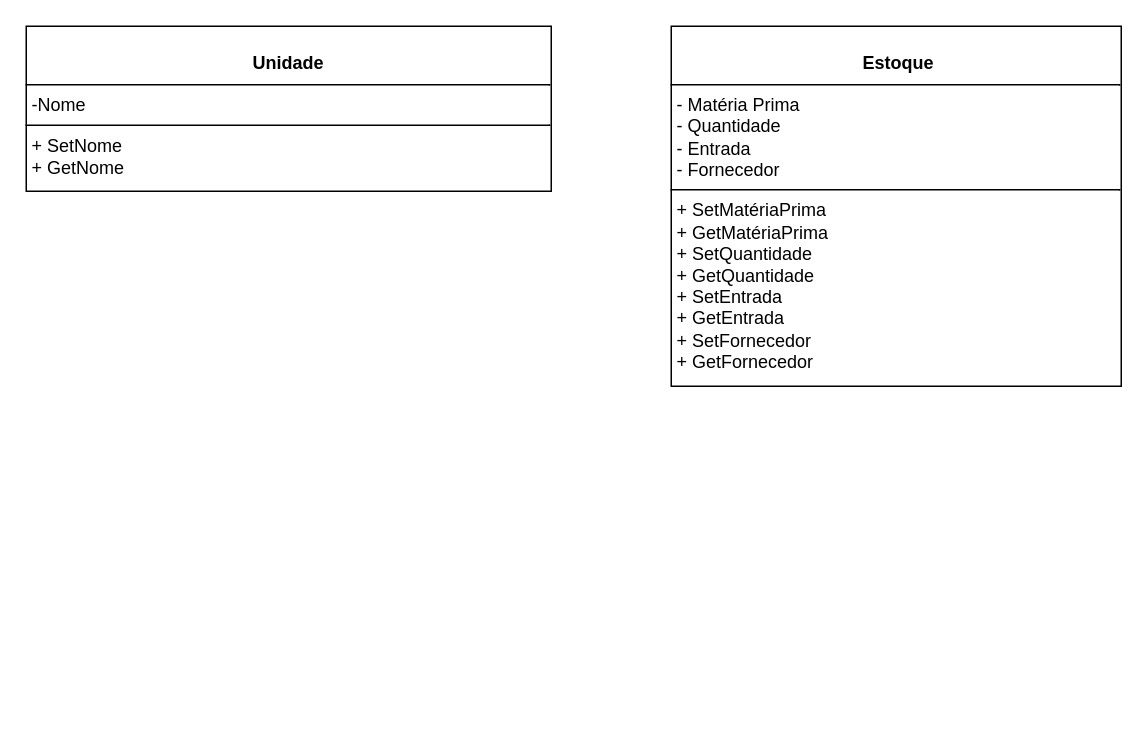
Above: page "Página-2" (2 of 3) of DOC/classes.drawio in rafaelareisilva/avatar.app (draw.io), before the change. Source tidied: cells renumbered, new cells numbered last; positions are measured from the earlier drawing's top-left corner, leaving out a move shared by most shapes. Both pictures are drawn from the tidied source at 150%, with x=0, y=0 at pixel (26, 26).
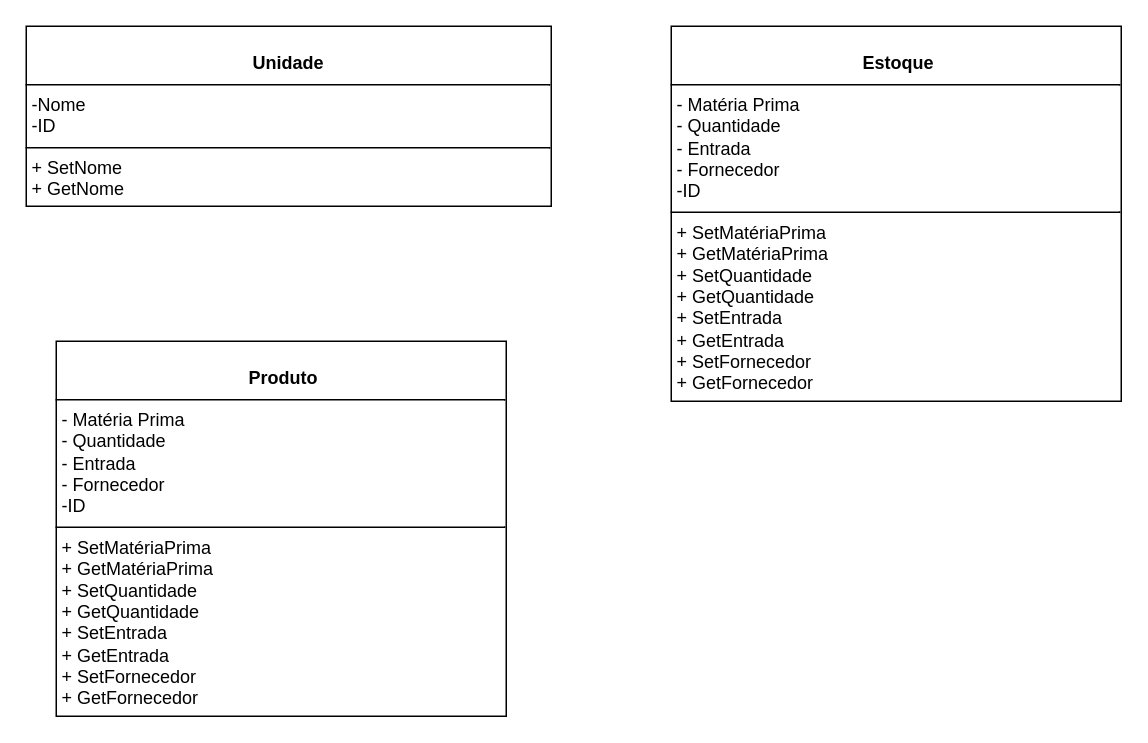
Above is the later version.

Change to the diagram source:
```diff
@@
 <mxGraphModel>
   <root>
     <mxCell id="0" />
     <mxCell id="1" parent="0" />
-    <mxCell id="2" value="&lt;p style=&quot;margin:0px;margin-top:4px;text-align:center;&quot;&gt;&lt;br&gt;&lt;b&gt;Unidade&lt;/b&gt;&lt;/p&gt;&lt;hr size=&quot;1&quot; style=&quot;border-style:solid;&quot;&gt;&lt;p style=&quot;margin:0px;margin-left:4px;&quot;&gt;-Nome&lt;/p&gt;&lt;hr size=&quot;1&quot; style=&quot;border-style:solid;&quot;&gt;&lt;p style=&quot;margin:0px;margin-left:4px;&quot;&gt;+ SetNome &lt;br&gt;+ GetNome&lt;/p&gt;&lt;p style=&quot;margin:0px;margin-left:4px;&quot;&gt;&lt;br&gt;&lt;/p&gt;&lt;p style=&quot;margin:0px;margin-left:4px;&quot;&gt;&lt;br&gt;&lt;/p&gt;&lt;p style=&quot;margin:0px;margin-left:4px;&quot;&gt;&lt;br&gt;&lt;/p&gt;&lt;p style=&quot;margin:0px;margin-left:4px;&quot;&gt;&lt;br&gt;&lt;/p&gt;&lt;p style=&quot;margin:0px;margin-left:4px;&quot;&gt;&lt;br&gt;&lt;/p&gt;&lt;p style=&quot;margin:0px;margin-left:4px;&quot;&gt;&lt;br&gt;&lt;/p&gt;&lt;p style=&quot;margin:0px;margin-left:4px;&quot;&gt;&lt;br&gt;&lt;/p&gt;" style="verticalAlign=top;align=left;overflow=fill;html=1;whiteSpace=wrap;" parent="1" vertex="1">
-      <mxGeometry width="350" height="110" as="geometry" />
+    <mxCell id="2" value="&lt;p style=&quot;margin:0px;margin-top:4px;text-align:center;&quot;&gt;&lt;br&gt;&lt;b&gt;Unidade&lt;/b&gt;&lt;/p&gt;&lt;hr size=&quot;1&quot; style=&quot;border-style:solid;&quot;&gt;&lt;p style=&quot;margin:0px;margin-left:4px;&quot;&gt;-Nome&lt;/p&gt;&lt;p style=&quot;margin:0px;margin-left:4px;&quot;&gt;-ID&lt;/p&gt;&lt;hr size=&quot;1&quot; style=&quot;border-style:solid;&quot;&gt;&lt;p style=&quot;margin:0px;margin-left:4px;&quot;&gt;+ SetNome &lt;br&gt;+ GetNome&lt;/p&gt;&lt;p style=&quot;margin:0px;margin-left:4px;&quot;&gt;&lt;br&gt;&lt;/p&gt;&lt;p style=&quot;margin:0px;margin-left:4px;&quot;&gt;&lt;br&gt;&lt;/p&gt;&lt;p style=&quot;margin:0px;margin-left:4px;&quot;&gt;&lt;br&gt;&lt;/p&gt;&lt;p style=&quot;margin:0px;margin-left:4px;&quot;&gt;&lt;br&gt;&lt;/p&gt;&lt;p style=&quot;margin:0px;margin-left:4px;&quot;&gt;&lt;br&gt;&lt;/p&gt;&lt;p style=&quot;margin:0px;margin-left:4px;&quot;&gt;&lt;br&gt;&lt;/p&gt;&lt;p style=&quot;margin:0px;margin-left:4px;&quot;&gt;&lt;br&gt;&lt;/p&gt;" style="verticalAlign=top;align=left;overflow=fill;html=1;whiteSpace=wrap;" parent="1" vertex="1">
+      <mxGeometry width="350" height="120" as="geometry" />
     </mxCell>
-    <mxCell id="3" value="&lt;p style=&quot;margin:0px;margin-top:4px;text-align:center;&quot;&gt;&lt;br&gt;&lt;b&gt;&amp;nbsp;Estoque&lt;/b&gt;&lt;/p&gt;&lt;hr size=&quot;1&quot; style=&quot;border-style:solid;&quot;&gt;&lt;p style=&quot;margin:0px;margin-left:4px;&quot;&gt;- Matéria Prima&lt;/p&gt;&lt;p style=&quot;margin:0px;margin-left:4px;&quot;&gt;- Quantidade&lt;/p&gt;&lt;p style=&quot;margin:0px;margin-left:4px;&quot;&gt;- Entrada&lt;/p&gt;&lt;p style=&quot;margin:0px;margin-left:4px;&quot;&gt;- Fornecedor&lt;/p&gt;&lt;hr size=&quot;1&quot; style=&quot;border-style:solid;&quot;&gt;&lt;p style=&quot;margin:0px;margin-left:4px;&quot;&gt;+ SetMatériaPrima&lt;br&gt;+ GetMatériaPrima&lt;/p&gt;&lt;p style=&quot;margin:0px;margin-left:4px;&quot;&gt;+ SetQuantidade&lt;/p&gt;&lt;p style=&quot;margin:0px;margin-left:4px;&quot;&gt;+ GetQuantidade&lt;/p&gt;&lt;p style=&quot;margin: 0px 0px 0px 4px;&quot;&gt;+ SetEntrada&lt;br&gt;+ GetEntrada&lt;/p&gt;&lt;p style=&quot;margin: 0px 0px 0px 4px;&quot;&gt;+ SetFornecedor&lt;/p&gt;&lt;p style=&quot;margin: 0px 0px 0px 4px;&quot;&gt;+ GetFornecedor&lt;/p&gt;&lt;p style=&quot;margin:0px;margin-left:4px;&quot;&gt;&lt;/p&gt;&lt;p style=&quot;margin: 0px 0px 0px 4px;&quot;&gt;&lt;br&gt;&lt;/p&gt;&lt;p style=&quot;margin:0px;margin-left:4px;&quot;&gt;&lt;br&gt;&lt;/p&gt;&lt;p style=&quot;margin:0px;margin-left:4px;&quot;&gt;&lt;br&gt;&lt;/p&gt;&lt;p style=&quot;margin:0px;margin-left:4px;&quot;&gt;&lt;br&gt;&lt;/p&gt;&lt;p style=&quot;margin:0px;margin-left:4px;&quot;&gt;&lt;br&gt;&lt;/p&gt;&lt;p style=&quot;margin:0px;margin-left:4px;&quot;&gt;&lt;br&gt;&lt;/p&gt;&lt;p style=&quot;margin:0px;margin-left:4px;&quot;&gt;&lt;br&gt;&lt;/p&gt;&lt;p style=&quot;margin:0px;margin-left:4px;&quot;&gt;&lt;br&gt;&lt;/p&gt;&lt;p style=&quot;margin:0px;margin-left:4px;&quot;&gt;&lt;br&gt;&lt;/p&gt;" style="verticalAlign=top;align=left;overflow=fill;html=1;whiteSpace=wrap;" parent="1" vertex="1">
-      <mxGeometry x="430" width="300" height="240" as="geometry" />
+    <mxCell id="3" value="&lt;p style=&quot;margin:0px;margin-top:4px;text-align:center;&quot;&gt;&lt;br&gt;&lt;b&gt;&amp;nbsp;Estoque&lt;/b&gt;&lt;/p&gt;&lt;hr size=&quot;1&quot; style=&quot;border-style:solid;&quot;&gt;&lt;p style=&quot;margin:0px;margin-left:4px;&quot;&gt;- Matéria Prima&lt;/p&gt;&lt;p style=&quot;margin:0px;margin-left:4px;&quot;&gt;- Quantidade&lt;/p&gt;&lt;p style=&quot;margin:0px;margin-left:4px;&quot;&gt;- Entrada&lt;/p&gt;&lt;p style=&quot;margin:0px;margin-left:4px;&quot;&gt;- Fornecedor&lt;/p&gt;&lt;p style=&quot;margin:0px;margin-left:4px;&quot;&gt;-ID&lt;/p&gt;&lt;hr size=&quot;1&quot; style=&quot;border-style:solid;&quot;&gt;&lt;p style=&quot;margin:0px;margin-left:4px;&quot;&gt;+ SetMatériaPrima&lt;br&gt;+ GetMatériaPrima&lt;/p&gt;&lt;p style=&quot;margin:0px;margin-left:4px;&quot;&gt;+ SetQuantidade&lt;/p&gt;&lt;p style=&quot;margin:0px;margin-left:4px;&quot;&gt;+ GetQuantidade&lt;/p&gt;&lt;p style=&quot;margin: 0px 0px 0px 4px;&quot;&gt;+ SetEntrada&lt;br&gt;+ GetEntrada&lt;/p&gt;&lt;p style=&quot;margin: 0px 0px 0px 4px;&quot;&gt;+ SetFornecedor&lt;/p&gt;&lt;p style=&quot;margin: 0px 0px 0px 4px;&quot;&gt;+ GetFornecedor&lt;/p&gt;&lt;p style=&quot;margin:0px;margin-left:4px;&quot;&gt;&lt;/p&gt;&lt;p style=&quot;margin: 0px 0px 0px 4px;&quot;&gt;&lt;br&gt;&lt;/p&gt;&lt;p style=&quot;margin:0px;margin-left:4px;&quot;&gt;&lt;br&gt;&lt;/p&gt;&lt;p style=&quot;margin:0px;margin-left:4px;&quot;&gt;&lt;br&gt;&lt;/p&gt;&lt;p style=&quot;margin:0px;margin-left:4px;&quot;&gt;&lt;br&gt;&lt;/p&gt;&lt;p style=&quot;margin:0px;margin-left:4px;&quot;&gt;&lt;br&gt;&lt;/p&gt;&lt;p style=&quot;margin:0px;margin-left:4px;&quot;&gt;&lt;br&gt;&lt;/p&gt;&lt;p style=&quot;margin:0px;margin-left:4px;&quot;&gt;&lt;br&gt;&lt;/p&gt;&lt;p style=&quot;margin:0px;margin-left:4px;&quot;&gt;&lt;br&gt;&lt;/p&gt;&lt;p style=&quot;margin:0px;margin-left:4px;&quot;&gt;&lt;br&gt;&lt;/p&gt;" style="verticalAlign=top;align=left;overflow=fill;html=1;whiteSpace=wrap;" parent="1" vertex="1">
+      <mxGeometry x="430" width="300" height="250" as="geometry" />
     </mxCell>
+    <mxCell id="4" value="&lt;p style=&quot;margin:0px;margin-top:4px;text-align:center;&quot;&gt;&lt;br&gt;&lt;b&gt;&amp;nbsp;Produto&lt;/b&gt;&lt;/p&gt;&lt;hr size=&quot;1&quot; style=&quot;border-style:solid;&quot;&gt;&lt;p style=&quot;margin:0px;margin-left:4px;&quot;&gt;- Matéria Prima&lt;/p&gt;&lt;p style=&quot;margin:0px;margin-left:4px;&quot;&gt;- Quantidade&lt;/p&gt;&lt;p style=&quot;margin:0px;margin-left:4px;&quot;&gt;- Entrada&lt;/p&gt;&lt;p style=&quot;margin:0px;margin-left:4px;&quot;&gt;- Fornecedor&lt;/p&gt;&lt;p style=&quot;margin:0px;margin-left:4px;&quot;&gt;-ID&lt;/p&gt;&lt;hr size=&quot;1&quot; style=&quot;border-style:solid;&quot;&gt;&lt;p style=&quot;margin:0px;margin-left:4px;&quot;&gt;+ SetMatériaPrima&lt;br&gt;+ GetMatériaPrima&lt;/p&gt;&lt;p style=&quot;margin:0px;margin-left:4px;&quot;&gt;+ SetQuantidade&lt;/p&gt;&lt;p style=&quot;margin:0px;margin-left:4px;&quot;&gt;+ GetQuantidade&lt;/p&gt;&lt;p style=&quot;margin: 0px 0px 0px 4px;&quot;&gt;+ SetEntrada&lt;br&gt;+ GetEntrada&lt;/p&gt;&lt;p style=&quot;margin: 0px 0px 0px 4px;&quot;&gt;+ SetFornecedor&lt;/p&gt;&lt;p style=&quot;margin: 0px 0px 0px 4px;&quot;&gt;+ GetFornecedor&lt;/p&gt;&lt;p style=&quot;margin:0px;margin-left:4px;&quot;&gt;&lt;/p&gt;&lt;p style=&quot;margin: 0px 0px 0px 4px;&quot;&gt;&lt;br&gt;&lt;/p&gt;&lt;p style=&quot;margin:0px;margin-left:4px;&quot;&gt;&lt;br&gt;&lt;/p&gt;&lt;p style=&quot;margin:0px;margin-left:4px;&quot;&gt;&lt;br&gt;&lt;/p&gt;&lt;p style=&quot;margin:0px;margin-left:4px;&quot;&gt;&lt;br&gt;&lt;/p&gt;&lt;p style=&quot;margin:0px;margin-left:4px;&quot;&gt;&lt;br&gt;&lt;/p&gt;&lt;p style=&quot;margin:0px;margin-left:4px;&quot;&gt;&lt;br&gt;&lt;/p&gt;&lt;p style=&quot;margin:0px;margin-left:4px;&quot;&gt;&lt;br&gt;&lt;/p&gt;&lt;p style=&quot;margin:0px;margin-left:4px;&quot;&gt;&lt;br&gt;&lt;/p&gt;&lt;p style=&quot;margin:0px;margin-left:4px;&quot;&gt;&lt;br&gt;&lt;/p&gt;" style="verticalAlign=top;align=left;overflow=fill;html=1;whiteSpace=wrap;" parent="1" vertex="1">
+      <mxGeometry x="20" y="210" width="300" height="250" as="geometry" />
+    </mxCell>
   </root>
 </mxGraphModel>
```
